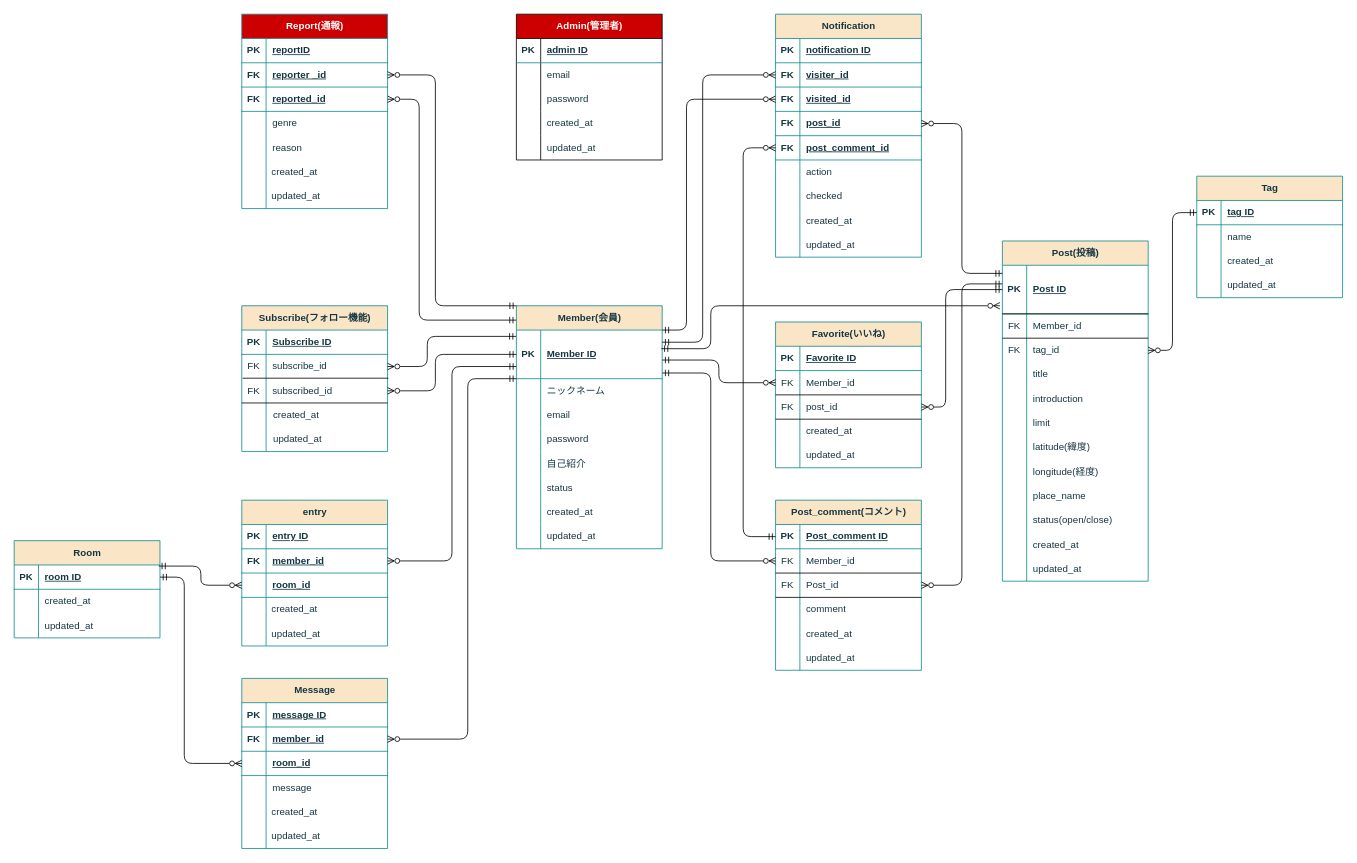
Earlier version of the draw.io diagram Tabekiro-uo_ER_map.drawio (yuna096740/ER_practice). Source tidied: cells renumbered, new cells numbered last; positions are measured from the earlier drawing's top-left corner, leaving out a move shared by most shapes. Both pictures are drawn from the tidied source at 81%, with x=0, y=0 at pixel (14, 14).
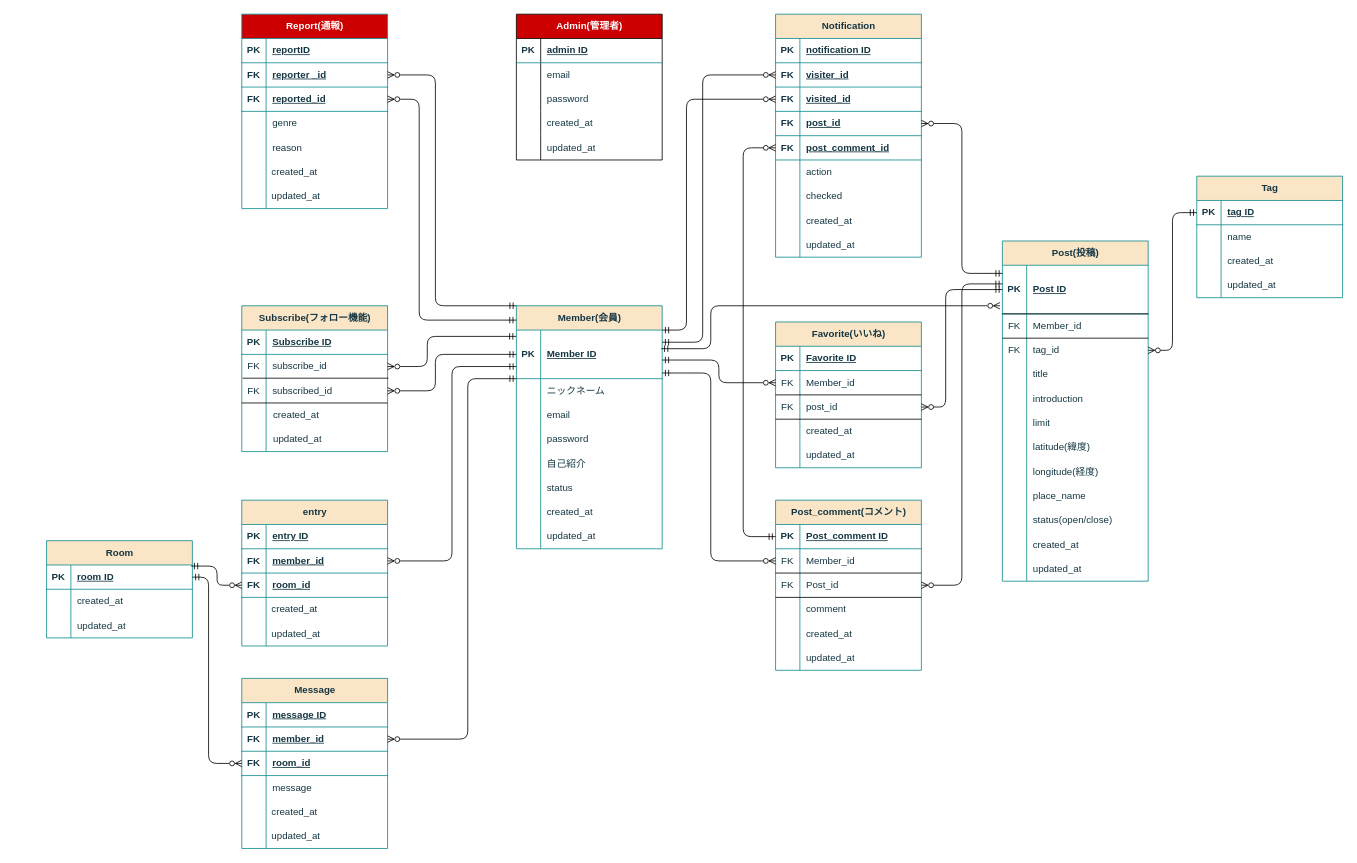
After the change.

Commit message (it also covers changes not shown here):
Tabekiro-uo_ER_map.drawio を更新します

The change refers to these unchanged cells:
```xml
<mxCell id="47" style="shape=tableRow;horizontal=0;startSize=0;swimlaneHead=0;swimlaneBody=0;fillColor=none;points=[[0,0.5],[1,0.5]];portConstraint=eastwest;top=0;left=0;right=0;bottom=1;labelBackgroundColor=none;strokeColor=#0F8B8D;fontColor=#143642;rounded=0;" parent="40" vertex="1">
  <mxGeometry y="90" width="180" height="30" as="geometry" />
</mxCell>
<mxCell id="89" style="shape=tableRow;horizontal=0;startSize=0;swimlaneHead=0;swimlaneBody=0;fillColor=none;points=[[0,0.5],[1,0.5]];portConstraint=eastwest;top=0;left=0;right=0;bottom=1;labelBackgroundColor=none;strokeColor=#0F8B8D;fontColor=#143642;rounded=0;" parent="88" vertex="1">
  <mxGeometry y="30" width="180" height="30" as="geometry" />
</mxCell>
<mxCell id="105" style="shape=tableRow;horizontal=0;startSize=0;swimlaneHead=0;swimlaneBody=0;fillColor=none;points=[[0,0.5],[1,0.5]];portConstraint=eastwest;top=0;left=0;right=0;bottom=1;labelBackgroundColor=none;strokeColor=#0F8B8D;fontColor=#143642;rounded=0;" parent="98" vertex="1">
  <mxGeometry y="90" width="180" height="30" as="geometry" />
</mxCell>
```

What changed in the source:
```diff
@@
-    <mxCell id="48" style="shape=partialRectangle;fillColor=none;top=0;left=0;bottom=0;right=0;fontStyle=1;overflow=hidden;whiteSpace=wrap;html=1;labelBackgroundColor=none;strokeColor=#0F8B8D;fontColor=#143642;rounded=0;" parent="47" vertex="1">
+    <mxCell id="48" value="FK" style="shape=partialRectangle;fillColor=none;top=0;left=0;bottom=0;right=0;fontStyle=1;overflow=hidden;whiteSpace=wrap;html=1;labelBackgroundColor=none;strokeColor=#0F8B8D;fontColor=#143642;rounded=0;" parent="47" vertex="1">
       <mxGeometry width="30" height="30" as="geometry" />
     </mxCell>
@@
     <mxCell id="88" value="Room" style="shape=table;startSize=30;childLayout=tableLayout;rowLines=0;fontStyle=1;align=center;html=1;labelBackgroundColor=none;fillColor=#FAE5C7;strokeColor=#0F8B8D;fontColor=#143642;rounded=0;" parent="1" vertex="1">
-      <mxGeometry y="650" width="180" height="120" as="geometry" />
+      <mxGeometry x="40" y="650" width="180" height="120" as="geometry" />
     </mxCell>
@@
-    <mxCell id="106" style="shape=partialRectangle;fillColor=none;top=0;left=0;bottom=0;right=0;fontStyle=1;overflow=hidden;whiteSpace=wrap;html=1;labelBackgroundColor=none;strokeColor=#0F8B8D;fontColor=#143642;rounded=0;" parent="105" vertex="1">
+    <mxCell id="106" value="FK" style="shape=partialRectangle;fillColor=none;top=0;left=0;bottom=0;right=0;fontStyle=1;overflow=hidden;whiteSpace=wrap;html=1;labelBackgroundColor=none;strokeColor=#0F8B8D;fontColor=#143642;rounded=0;" parent="105" vertex="1">
       <mxGeometry width="30" height="30" as="geometry" />
     </mxCell>
@@
     <mxCell id="283" style="edgeStyle=orthogonalEdgeStyle;jettySize=auto;html=1;entryX=0;entryY=0.5;entryDx=0;entryDy=0;startArrow=ERmandOne;startFill=0;endArrow=ERzeroToMany;endFill=0;" parent="1" edge="1" source="89" target="105">
       <mxGeometry relative="1" as="geometry">
         <Array as="points">
-          <mxPoint x="210" y="695" />
-          <mxPoint x="210" y="925" />
+          <mxPoint x="240" y="695" />
+          <mxPoint x="240" y="925" />
         </Array>
       </mxGeometry>
     </mxCell>
     <mxCell id="284" value="created_at" style="shape=partialRectangle;fillColor=none;top=0;left=0;bottom=0;right=0;align=left;spacingLeft=6;overflow=hidden;whiteSpace=wrap;html=1;labelBackgroundColor=none;strokeColor=#0F8B8D;fontColor=#143642;rounded=0;" parent="1" vertex="1">
-      <mxGeometry x="30" y="710" width="150" height="30" as="geometry" />
+      <mxGeometry x="70" y="710" width="150" height="30" as="geometry" />
     </mxCell>
     <mxCell id="285" value="updated_at" style="shape=partialRectangle;fillColor=none;top=0;left=0;bottom=0;right=0;align=left;spacingLeft=6;overflow=hidden;whiteSpace=wrap;html=1;labelBackgroundColor=none;strokeColor=#0F8B8D;fontColor=#143642;rounded=0;" parent="1" vertex="1">
-      <mxGeometry x="30" y="740" width="150" height="30" as="geometry" />
+      <mxGeometry x="70" y="740" width="150" height="30" as="geometry" />
     </mxCell>
```
